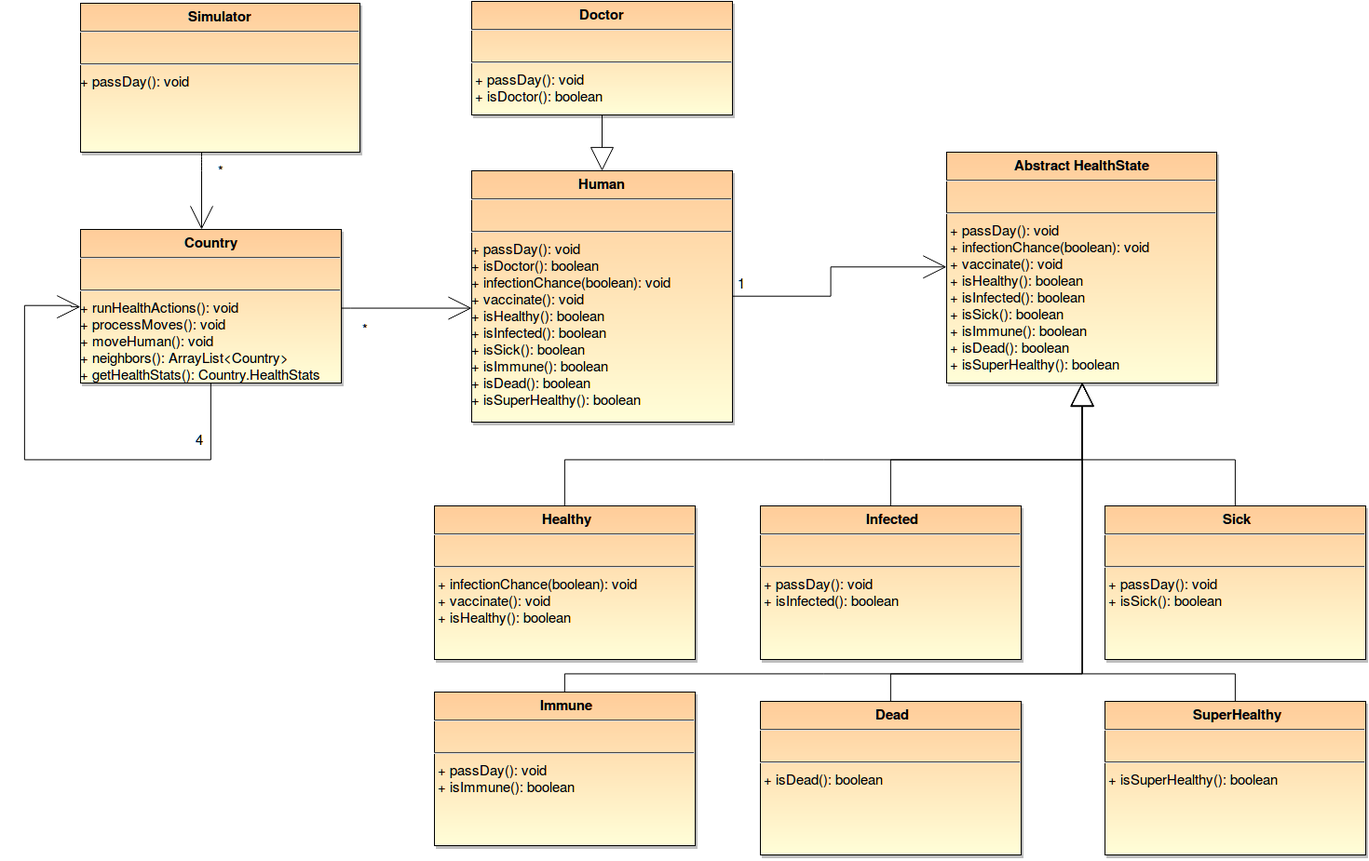
Earlier version of the draw.io export doc/Model.png (kivanccakmak/CS534-kivanccakmak-okanpalaz). Source tidied: cells renumbered, new cells last; positions are measured from the earlier drawing's top-left corner, leaving out a move shared by most shapes.
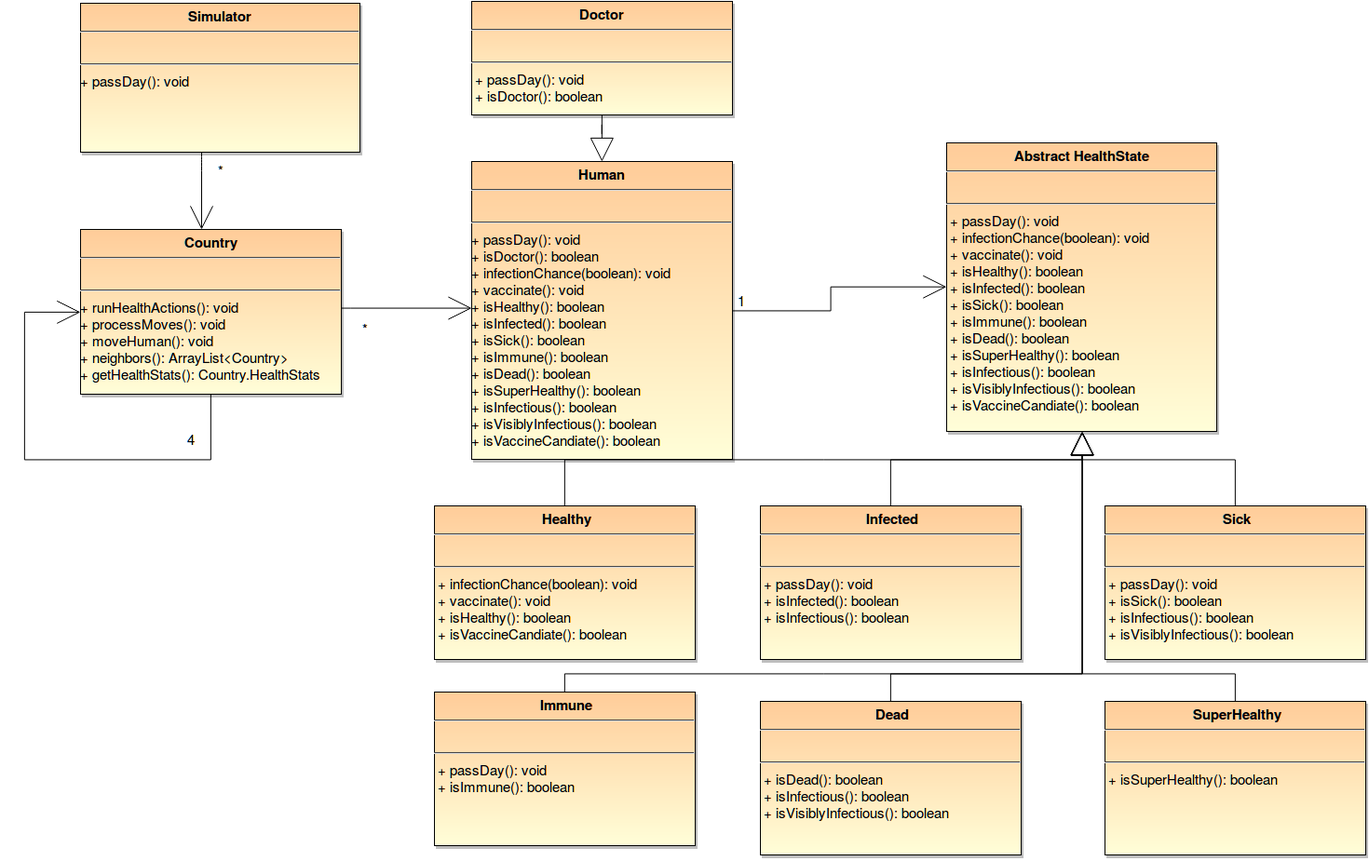
The same file after the commit.

Commit message:
Update Modela UML

Diff of the diagram source:
```diff
@@ -17,7 +17,7 @@
       <mxGeometry x="-0.62" y="-22" relative="1" as="geometry" />
     </mxCell>
     <mxCell id="5" value="&lt;p style=&quot;margin: 0px ; margin-top: 4px ; text-align: center&quot;&gt;&lt;strong&gt;Country&lt;/strong&gt;&lt;/p&gt;&lt;hr&gt;&lt;p style=&quot;margin: 0px ; margin-left: 4px&quot;&gt;&lt;br&gt;&lt;/p&gt;&lt;hr&gt;+ runHealthActions(): void&lt;br&gt;+ processMoves(): void&lt;br&gt;+ moveHuman(): void&lt;br&gt;+ neighbors(): ArrayList&amp;lt;Country&amp;gt;&lt;br&gt;+ getHealthStats(): Country.HealthStats&lt;br&gt;" style="shadow=1;fillColor=#FFCC99;gradientColor=#FFFED8;verticalAlign=top;align=left;overflow=fill;fontSize=15;fontFamily=Helvetica;html=1;" parent="1" vertex="1">
-      <mxGeometry x="60" y="245" width="280" height="165" as="geometry" />
+      <mxGeometry x="60" y="245" width="280" height="177" as="geometry" />
     </mxCell>
     <mxCell id="6" style="edgeStyle=orthogonalEdgeStyle;rounded=0;html=1;startArrow=none;startFill=0;jettySize=auto;entryX=0;entryY=0.5;endArrow=open;endFill=0;endSize=23;sourcePerimeterSpacing=0;startSize=23;fontFamily=Helvetica;fontSize=15;" parent="1" edge="1" source="9" target="14">
       <mxGeometry relative="1" as="geometry" />
@@ -30,8 +30,8 @@
     <mxCell id="8" style="edgeStyle=orthogonalEdgeStyle;rounded=0;html=1;startArrow=block;startFill=0;endArrow=none;endFill=0;jettySize=auto;endSize=23;sourcePerimeterSpacing=0;startSize=23;fontFamily=Helvetica;fontSize=15;" parent="1" edge="1" source="9" target="10">
       <mxGeometry relative="1" as="geometry" />
     </mxCell>
-    <mxCell id="9" value="&lt;p style=&quot;margin: 0px ; margin-top: 4px ; text-align: center&quot;&gt;&lt;strong&gt;Human&lt;br&gt;&lt;/strong&gt;&lt;/p&gt;&lt;hr&gt;&lt;p style=&quot;margin: 0px ; margin-left: 4px&quot;&gt;&lt;br&gt;&lt;/p&gt;&lt;hr&gt;+ passDay(): void&lt;br&gt;+ isDoctor(): boolean&lt;br&gt;+ infectionChance(boolean): void&lt;br&gt;+ vaccinate(): void&lt;br&gt;+ isHealthy(): boolean&lt;br&gt;+ isInfected(): boolean&lt;br&gt;+ isSick(): boolean&lt;br&gt;+ isImmune(): boolean&lt;br&gt;+ isDead(): boolean&lt;br&gt;+ isSuperHealthy(): boolean&lt;br&gt;&lt;br&gt;&lt;p&gt;&lt;br&gt;&lt;/p&gt;&lt;p&gt;&lt;br&gt;&lt;/p&gt;" style="shadow=1;fillColor=#FFCC99;gradientColor=#FFFED8;verticalAlign=top;align=left;overflow=fill;fontSize=15;fontFamily=Helvetica;html=1;" parent="1" vertex="1">
-      <mxGeometry x="480" y="182" width="280" height="270" as="geometry" />
+    <mxCell id="9" value="&lt;p style=&quot;margin: 0px ; margin-top: 4px ; text-align: center&quot;&gt;&lt;strong&gt;Human&lt;br&gt;&lt;/strong&gt;&lt;/p&gt;&lt;hr&gt;&lt;p style=&quot;margin: 0px ; margin-left: 4px&quot;&gt;&lt;br&gt;&lt;/p&gt;&lt;hr&gt;+ passDay(): void&lt;br&gt;+ isDoctor(): boolean&lt;br&gt;+ infectionChance(boolean): void&lt;br&gt;+ vaccinate(): void&lt;br&gt;+ isHealthy(): boolean&lt;br&gt;+ isInfected(): boolean&lt;br&gt;+ isSick(): boolean&lt;br&gt;+ isImmune(): boolean&lt;br&gt;+ isDead(): boolean&lt;br&gt;+ isSuperHealthy(): boolean&lt;br&gt;+ isInfectious(): boolean&lt;br&gt;+ isVisiblyInfectious(): boolean&lt;br&gt;+ isVaccineCandiate(): boolean&lt;br&gt;&lt;br&gt;&lt;br&gt;&lt;p&gt;&lt;br&gt;&lt;/p&gt;&lt;p&gt;&lt;br&gt;&lt;/p&gt;" style="shadow=1;fillColor=#FFCC99;gradientColor=#FFFED8;verticalAlign=top;align=left;overflow=fill;fontSize=15;fontFamily=Helvetica;html=1;" parent="1" vertex="1">
+      <mxGeometry x="480" y="172" width="280" height="320" as="geometry" />
     </mxCell>
     <mxCell id="10" value="&lt;p style=&quot;margin: 0px ; margin-top: 4px ; text-align: center&quot;&gt;&lt;strong&gt;Doctor&lt;/strong&gt;&lt;/p&gt;&lt;hr&gt;&lt;p style=&quot;margin: 0px ; margin-left: 4px&quot;&gt;&lt;br&gt;&lt;/p&gt;&lt;hr&gt;&lt;p style=&quot;margin: 0px ; margin-left: 4px&quot;&gt;+ passDay(): void&lt;/p&gt;&lt;p style=&quot;margin: 0px ; margin-left: 4px&quot;&gt;+ isDoctor(): boolean&lt;br&gt;&lt;br&gt;&lt;/p&gt;" style="shadow=1;fillColor=#FFCC99;gradientColor=#FFFED8;verticalAlign=top;align=left;overflow=fill;fontSize=15;fontFamily=Helvetica;html=1;" parent="1" vertex="1">
       <mxGeometry x="480" width="280" height="122" as="geometry" />
@@ -51,8 +51,8 @@
         <mxPoint x="20" y="-22" as="offset" />
       </mxGeometry>
     </mxCell>
-    <mxCell id="14" value="&lt;p style=&quot;margin: 0px ; margin-top: 4px ; text-align: center&quot;&gt;&lt;strong&gt;Abstract HealthState&lt;/strong&gt;&lt;/p&gt;&lt;hr&gt;&lt;p style=&quot;margin: 0px ; margin-left: 4px&quot;&gt;&lt;br&gt;&lt;/p&gt;&lt;hr&gt;&lt;p style=&quot;margin: 0px ; margin-left: 4px&quot;&gt;+ passDay(): void&lt;/p&gt;&lt;p style=&quot;margin: 0px ; margin-left: 4px&quot;&gt;+ infectionChance(boolean): void&lt;/p&gt;&lt;p style=&quot;margin: 0px ; margin-left: 4px&quot;&gt;+ vaccinate(): void&lt;/p&gt;&lt;p style=&quot;margin: 0px ; margin-left: 4px&quot;&gt;+ isHealthy(): boolean&lt;br&gt;+ isInfected(): boolean&lt;br&gt;+ isSick(): boolean&lt;br&gt;+ isImmune(): boolean&lt;br&gt;+ isDead(): boolean&lt;br&gt;+ isSuperHealthy(): boolean&lt;br&gt;&lt;br&gt;&lt;/p&gt;" style="shadow=1;fillColor=#FFCC99;gradientColor=#FFFED8;verticalAlign=top;align=left;overflow=fill;fontSize=15;fontFamily=Helvetica;html=1;" parent="1" vertex="1">
-      <mxGeometry x="990" y="162" width="290" height="248" as="geometry" />
+    <mxCell id="14" value="&lt;p style=&quot;margin: 0px ; margin-top: 4px ; text-align: center&quot;&gt;&lt;strong&gt;Abstract HealthState&lt;/strong&gt;&lt;/p&gt;&lt;hr&gt;&lt;p style=&quot;margin: 0px ; margin-left: 4px&quot;&gt;&lt;br&gt;&lt;/p&gt;&lt;hr&gt;&lt;p style=&quot;margin: 0px ; margin-left: 4px&quot;&gt;+ passDay(): void&lt;/p&gt;&lt;p style=&quot;margin: 0px ; margin-left: 4px&quot;&gt;+ infectionChance(boolean): void&lt;/p&gt;&lt;p style=&quot;margin: 0px ; margin-left: 4px&quot;&gt;+ vaccinate(): void&lt;/p&gt;&lt;p style=&quot;margin: 0px ; margin-left: 4px&quot;&gt;+ isHealthy(): boolean&lt;br&gt;+ isInfected(): boolean&lt;br&gt;+ isSick(): boolean&lt;br&gt;+ isImmune(): boolean&lt;br&gt;+ isDead(): boolean&lt;br&gt;+ isSuperHealthy(): boolean&lt;/p&gt;&lt;p style=&quot;margin: 0px ; margin-left: 4px&quot;&gt;+ isInfectious(): boolean&lt;br&gt;+ isVisiblyInfectious(): boolean&lt;br&gt;+ isVaccineCandiate(): boolean&lt;br&gt;&lt;br&gt;&lt;/p&gt;" style="shadow=1;fillColor=#FFCC99;gradientColor=#FFFED8;verticalAlign=top;align=left;overflow=fill;fontSize=15;fontFamily=Helvetica;html=1;" parent="1" vertex="1">
+      <mxGeometry x="990" y="152" width="290" height="310" as="geometry" />
     </mxCell>
     <mxCell id="15" style="edgeStyle=orthogonalEdgeStyle;rounded=0;html=1;exitX=0.5;exitY=0;startArrow=none;startFill=0;endArrow=block;endFill=0;jettySize=auto;endSize=23;sourcePerimeterSpacing=0;startSize=23;fontFamily=Helvetica;fontSize=15;" parent="1" edge="1" source="16" target="14">
       <mxGeometry relative="1" as="geometry">
@@ -62,7 +62,7 @@
         </Array>
       </mxGeometry>
     </mxCell>
-    <mxCell id="16" value="&lt;p style=&quot;margin: 0px ; margin-top: 4px ; text-align: center&quot;&gt;&lt;strong&gt;&amp;nbsp;Healthy&lt;/strong&gt;&lt;/p&gt;&lt;hr&gt;&lt;p style=&quot;margin: 0px ; margin-left: 4px&quot;&gt;&lt;br&gt;&lt;/p&gt;&lt;hr&gt;&lt;p style=&quot;margin: 0px ; margin-left: 4px&quot;&gt;+ infectionChance(boolean): void&lt;/p&gt;&lt;p style=&quot;margin: 0px ; margin-left: 4px&quot;&gt;+ vaccinate(): void&lt;/p&gt;&lt;p style=&quot;margin: 0px ; margin-left: 4px&quot;&gt;+ isHealthy(): boolean&lt;br&gt;&lt;br&gt;&lt;/p&gt;" style="shadow=1;fillColor=#FFCC99;gradientColor=#FFFED8;verticalAlign=top;align=left;overflow=fill;fontSize=15;fontFamily=Helvetica;html=1;" parent="1" vertex="1">
+    <mxCell id="16" value="&lt;p style=&quot;margin: 0px ; margin-top: 4px ; text-align: center&quot;&gt;&lt;strong&gt;&amp;nbsp;Healthy&lt;/strong&gt;&lt;/p&gt;&lt;hr&gt;&lt;p style=&quot;margin: 0px ; margin-left: 4px&quot;&gt;&lt;br&gt;&lt;/p&gt;&lt;hr&gt;&lt;p style=&quot;margin: 0px ; margin-left: 4px&quot;&gt;+ infectionChance(boolean): void&lt;/p&gt;&lt;p style=&quot;margin: 0px ; margin-left: 4px&quot;&gt;+ vaccinate(): void&lt;/p&gt;&lt;p style=&quot;margin: 0px ; margin-left: 4px&quot;&gt;+ isHealthy(): boolean&lt;br&gt;+ isVaccineCandiate(): boolean&lt;br&gt;&lt;br&gt;&lt;br&gt;&lt;/p&gt;" style="shadow=1;fillColor=#FFCC99;gradientColor=#FFFED8;verticalAlign=top;align=left;overflow=fill;fontSize=15;fontFamily=Helvetica;html=1;" parent="1" vertex="1">
       <mxGeometry x="440" y="542" width="280" height="165" as="geometry" />
     </mxCell>
     <mxCell id="17" style="edgeStyle=orthogonalEdgeStyle;rounded=0;html=1;exitX=0.5;exitY=0;startArrow=none;startFill=0;jettySize=auto;entryX=0.5;entryY=1;endArrow=block;endFill=0;endSize=23;sourcePerimeterSpacing=0;startSize=23;fontFamily=Helvetica;fontSize=15;" parent="1" edge="1" source="18" target="14">
@@ -73,7 +73,7 @@
         </Array>
       </mxGeometry>
     </mxCell>
-    <mxCell id="18" value="&lt;p style=&quot;margin: 0px ; margin-top: 4px ; text-align: center&quot;&gt;&lt;strong&gt;&amp;nbsp;Infected&lt;/strong&gt;&lt;/p&gt;&lt;hr&gt;&lt;p style=&quot;margin: 0px ; margin-left: 4px&quot;&gt;&lt;br&gt;&lt;/p&gt;&lt;hr&gt;&lt;p style=&quot;margin: 0px ; margin-left: 4px&quot;&gt;+ passDay(): void&lt;/p&gt;&lt;p style=&quot;margin: 0px ; margin-left: 4px&quot;&gt;+ isInfected(): boolean&lt;br&gt;&lt;br&gt;&lt;/p&gt;" style="shadow=1;fillColor=#FFCC99;gradientColor=#FFFED8;verticalAlign=top;align=left;overflow=fill;fontSize=15;fontFamily=Helvetica;html=1;" parent="1" vertex="1">
+    <mxCell id="18" value="&lt;p style=&quot;margin: 0px ; margin-top: 4px ; text-align: center&quot;&gt;&lt;strong&gt;&amp;nbsp;Infected&lt;/strong&gt;&lt;/p&gt;&lt;hr&gt;&lt;p style=&quot;margin: 0px ; margin-left: 4px&quot;&gt;&lt;br&gt;&lt;/p&gt;&lt;hr&gt;&lt;p style=&quot;margin: 0px ; margin-left: 4px&quot;&gt;+ passDay(): void&lt;/p&gt;&lt;p style=&quot;margin: 0px ; margin-left: 4px&quot;&gt;+ isInfected(): boolean&lt;/p&gt;&lt;p style=&quot;margin: 0px ; margin-left: 4px&quot;&gt;+ isInfectious(): boolean&lt;br&gt;&lt;br&gt;&lt;br&gt;&lt;/p&gt;" style="shadow=1;fillColor=#FFCC99;gradientColor=#FFFED8;verticalAlign=top;align=left;overflow=fill;fontSize=15;fontFamily=Helvetica;html=1;" parent="1" vertex="1">
       <mxGeometry x="790" y="542" width="280" height="165" as="geometry" />
     </mxCell>
     <mxCell id="19" style="edgeStyle=orthogonalEdgeStyle;rounded=0;html=1;exitX=0.5;exitY=0;startArrow=none;startFill=0;jettySize=auto;endArrow=block;endFill=0;endSize=23;sourcePerimeterSpacing=0;startSize=23;fontFamily=Helvetica;fontSize=15;" parent="1" edge="1" source="20" target="14">
@@ -84,7 +84,7 @@
         </Array>
       </mxGeometry>
     </mxCell>
-    <mxCell id="20" value="&lt;p style=&quot;margin: 0px ; margin-top: 4px ; text-align: center&quot;&gt;&lt;strong&gt;&amp;nbsp;Sick&lt;/strong&gt;&lt;/p&gt;&lt;hr&gt;&lt;p style=&quot;margin: 0px ; margin-left: 4px&quot;&gt;&lt;br&gt;&lt;/p&gt;&lt;hr&gt;&lt;p style=&quot;margin: 0px ; margin-left: 4px&quot;&gt;+ passDay(): void&lt;/p&gt;&lt;p style=&quot;margin: 0px ; margin-left: 4px&quot;&gt;+ isSick(): boolean&lt;br&gt;&lt;br&gt;&lt;/p&gt;" style="shadow=1;fillColor=#FFCC99;gradientColor=#FFFED8;verticalAlign=top;align=left;overflow=fill;fontSize=15;fontFamily=Helvetica;html=1;" parent="1" vertex="1">
+    <mxCell id="20" value="&lt;p style=&quot;margin: 0px ; margin-top: 4px ; text-align: center&quot;&gt;&lt;strong&gt;&amp;nbsp;Sick&lt;/strong&gt;&lt;/p&gt;&lt;hr&gt;&lt;p style=&quot;margin: 0px ; margin-left: 4px&quot;&gt;&lt;br&gt;&lt;/p&gt;&lt;hr&gt;&lt;p style=&quot;margin: 0px ; margin-left: 4px&quot;&gt;+ passDay(): void&lt;/p&gt;&lt;p style=&quot;margin: 0px ; margin-left: 4px&quot;&gt;+ isSick(): boolean&lt;/p&gt;&lt;p style=&quot;margin: 0px ; margin-left: 4px&quot;&gt;+ isInfectious(): boolean&lt;br&gt;+ isVisiblyInfectious(): boolean&lt;br&gt;&lt;/p&gt;" style="shadow=1;fillColor=#FFCC99;gradientColor=#FFFED8;verticalAlign=top;align=left;overflow=fill;fontSize=15;fontFamily=Helvetica;html=1;" parent="1" vertex="1">
       <mxGeometry x="1160" y="542" width="280" height="165" as="geometry" />
     </mxCell>
     <mxCell id="21" style="edgeStyle=orthogonalEdgeStyle;rounded=0;html=1;exitX=0.5;exitY=0;entryX=0.5;entryY=1;startArrow=none;startFill=0;jettySize=auto;endArrow=block;endFill=0;endSize=23;sourcePerimeterSpacing=0;startSize=23;fontFamily=Helvetica;fontSize=15;" parent="1" edge="1" source="22" target="14">
@@ -106,7 +106,7 @@
         </Array>
       </mxGeometry>
     </mxCell>
-    <mxCell id="24" value="&lt;p style=&quot;margin: 0px ; margin-top: 4px ; text-align: center&quot;&gt;&lt;strong&gt;&amp;nbsp;Dead&lt;br&gt;&lt;/strong&gt;&lt;/p&gt;&lt;hr&gt;&lt;p style=&quot;margin: 0px ; margin-left: 4px&quot;&gt;&lt;br&gt;&lt;/p&gt;&lt;hr&gt;&lt;p style=&quot;margin: 0px ; margin-left: 4px&quot;&gt;+ isDead(): boolean&lt;br&gt;&lt;br&gt;&lt;/p&gt;" style="shadow=1;fillColor=#FFCC99;gradientColor=#FFFED8;verticalAlign=top;align=left;overflow=fill;fontSize=15;fontFamily=Helvetica;html=1;" parent="1" vertex="1">
+    <mxCell id="24" value="&lt;p style=&quot;margin: 0px ; margin-top: 4px ; text-align: center&quot;&gt;&lt;strong&gt;&amp;nbsp;Dead&lt;br&gt;&lt;/strong&gt;&lt;/p&gt;&lt;hr&gt;&lt;p style=&quot;margin: 0px ; margin-left: 4px&quot;&gt;&lt;br&gt;&lt;/p&gt;&lt;hr&gt;&lt;p style=&quot;margin: 0px ; margin-left: 4px&quot;&gt;+ isDead(): boolean&lt;/p&gt;&lt;p style=&quot;margin: 0px ; margin-left: 4px&quot;&gt;+ isInfectious(): boolean&lt;br&gt;+ isVisiblyInfectious(): boolean&lt;br&gt;&lt;/p&gt;" style="shadow=1;fillColor=#FFCC99;gradientColor=#FFFED8;verticalAlign=top;align=left;overflow=fill;fontSize=15;fontFamily=Helvetica;html=1;" parent="1" vertex="1">
       <mxGeometry x="790" y="752" width="280" height="165" as="geometry" />
     </mxCell>
     <mxCell id="25" style="edgeStyle=orthogonalEdgeStyle;rounded=0;html=1;exitX=0.5;exitY=0;startArrow=none;startFill=0;jettySize=auto;endArrow=block;endFill=0;entryX=0.5;entryY=1;endSize=23;sourcePerimeterSpacing=0;startSize=23;fontFamily=Helvetica;fontSize=15;" parent="1" edge="1" source="26" target="14">
@@ -125,8 +125,7 @@
         <Array as="points">
           <mxPoint x="200" y="492" />
           <mxPoint y="492" />
-          <mxPoint y="327" />
-          <mxPoint x="50" y="327" />
+          <mxPoint y="334" />
         </Array>
       </mxGeometry>
     </mxCell>
```
